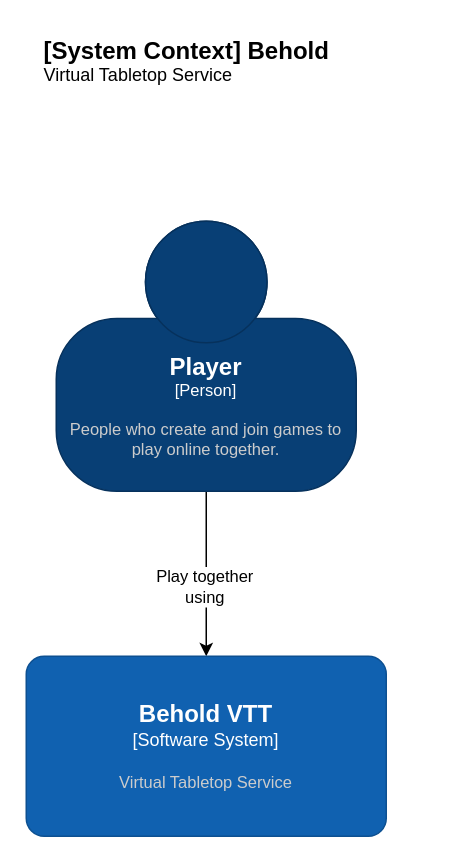
Earlier version of the draw.io diagram doc/c4-context.drawio (freeborough/behold). Source tidied: cells renumbered, new cells numbered last; positions are measured from the earlier drawing's top-left corner, leaving out a move shared by most shapes. Both pictures are drawn from the tidied source at 150%, with x=0, y=0 at pixel (26, 26).
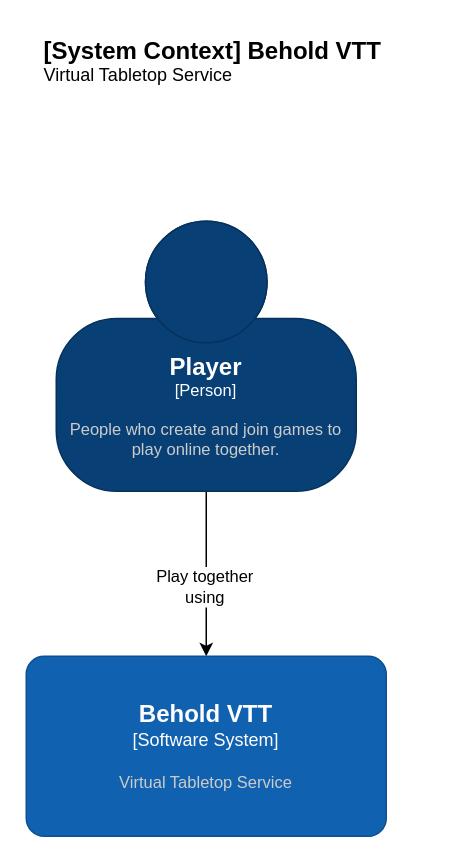
After the change.

Commit message (it also covers changes not shown here):
Project name is now consistent across all documents and diagrams.

What changed in the source:
```diff
@@
 <mxGraphModel>
   <root>
     <mxCell id="0" />
     <mxCell id="1" parent="0" />
-    <object id="2" label="&lt;font style=&quot;font-size: 16px&quot;&gt;&lt;b&gt;&lt;div style=&quot;text-align: left&quot;&gt;%c4Name%&lt;/div&gt;&lt;/b&gt;&lt;/font&gt;&lt;div style=&quot;text-align: left&quot;&gt;%c4Description%&lt;/div&gt;" c4Description="Virtual Tabletop Service" c4Name="[System Context] Behold" placeholders="1">
+    <object id="2" label="&lt;font style=&quot;font-size: 16px&quot;&gt;&lt;b&gt;&lt;div style=&quot;text-align: left&quot;&gt;%c4Name%&lt;/div&gt;&lt;/b&gt;&lt;/font&gt;&lt;div style=&quot;text-align: left&quot;&gt;%c4Description%&lt;/div&gt;" c4Description="Virtual Tabletop Service" c4Name="[System Context] Behold VTT" placeholders="1">
       <mxCell style="text;html=1;strokeColor=none;fillColor=none;align=left;verticalAlign=top;whiteSpace=wrap;rounded=0;" parent="1" vertex="1">
         <mxGeometry x="10" width="260" height="40" as="geometry" />
       </mxCell>
     </object>
     <mxCell id="3" style="edgeStyle=orthogonalEdgeStyle;rounded=0;jettySize=auto;html=1;" parent="1" edge="1" source="5" target="6">
       <mxGeometry relative="1" as="geometry" />
     </mxCell>
     <mxCell id="4" value="Play together&lt;br&gt;using" style="edgeLabel;html=1;align=center;verticalAlign=middle;" parent="3" vertex="1">
       <mxGeometry x="0.14" y="-2" relative="1" as="geometry" />
     </mxCell>
     <object id="5" label="&lt;font style=&quot;font-size: 16px&quot;&gt;&lt;b&gt;%c4Name%&lt;/b&gt;&lt;/font&gt;&lt;div&gt;[%c4Type%]&lt;/div&gt;&lt;br&gt;&lt;div&gt;&lt;font style=&quot;font-size: 11px&quot;&gt;&lt;font color=&quot;#cccccc&quot;&gt;%c4Description%&lt;/font&gt;&lt;/div&gt;" c4Description="People who create and join games to play online together." c4Name="Player" c4Type="Person" placeholders="1">
       <mxCell style="html=1;fontSize=11;dashed=0;whiteSpace=wrap;fillColor=#083F75;strokeColor=#06315C;fontColor=#ffffff;shape=mxgraph.c4.person2;align=center;points=[[0.5,0,0],[1,0.5,0],[1,0.75,0],[0.75,1,0],[0.5,1,0],[0.25,1,0],[0,0.75,0],[0,0.5,0]];" parent="1" vertex="1">
         <mxGeometry x="20" y="130" width="200" height="180" as="geometry" />
       </mxCell>
     </object>
     <object id="6" label="&lt;font style=&quot;font-size: 16px&quot;&gt;&lt;b&gt;%c4Name%&lt;/b&gt;&lt;/font&gt;&lt;div&gt;[%c4Type%]&lt;/div&gt;&lt;br&gt;&lt;div&gt;&lt;font style=&quot;font-size: 11px&quot;&gt;&lt;font color=&quot;#cccccc&quot;&gt;%c4Description%&lt;/font&gt;&lt;/div&gt;" c4Description="Virtual Tabletop Service" c4Name="Behold VTT" c4Type="Software System" placeholders="1">
       <mxCell style="rounded=1;whiteSpace=wrap;html=1;labelBackgroundColor=none;fillColor=#1061B0;fontColor=#ffffff;align=center;arcSize=10;strokeColor=#0D5091;points=[[0.25,0,0],[0.5,0,0],[0.75,0,0],[1,0.25,0],[1,0.5,0],[1,0.75,0],[0.75,1,0],[0.5,1,0],[0.25,1,0],[0,0.75,0],[0,0.5,0],[0,0.25,0]];" parent="1" vertex="1">
         <mxGeometry y="420" width="240" height="120" as="geometry" />
       </mxCell>
     </object>
   </root>
 </mxGraphModel>
```
